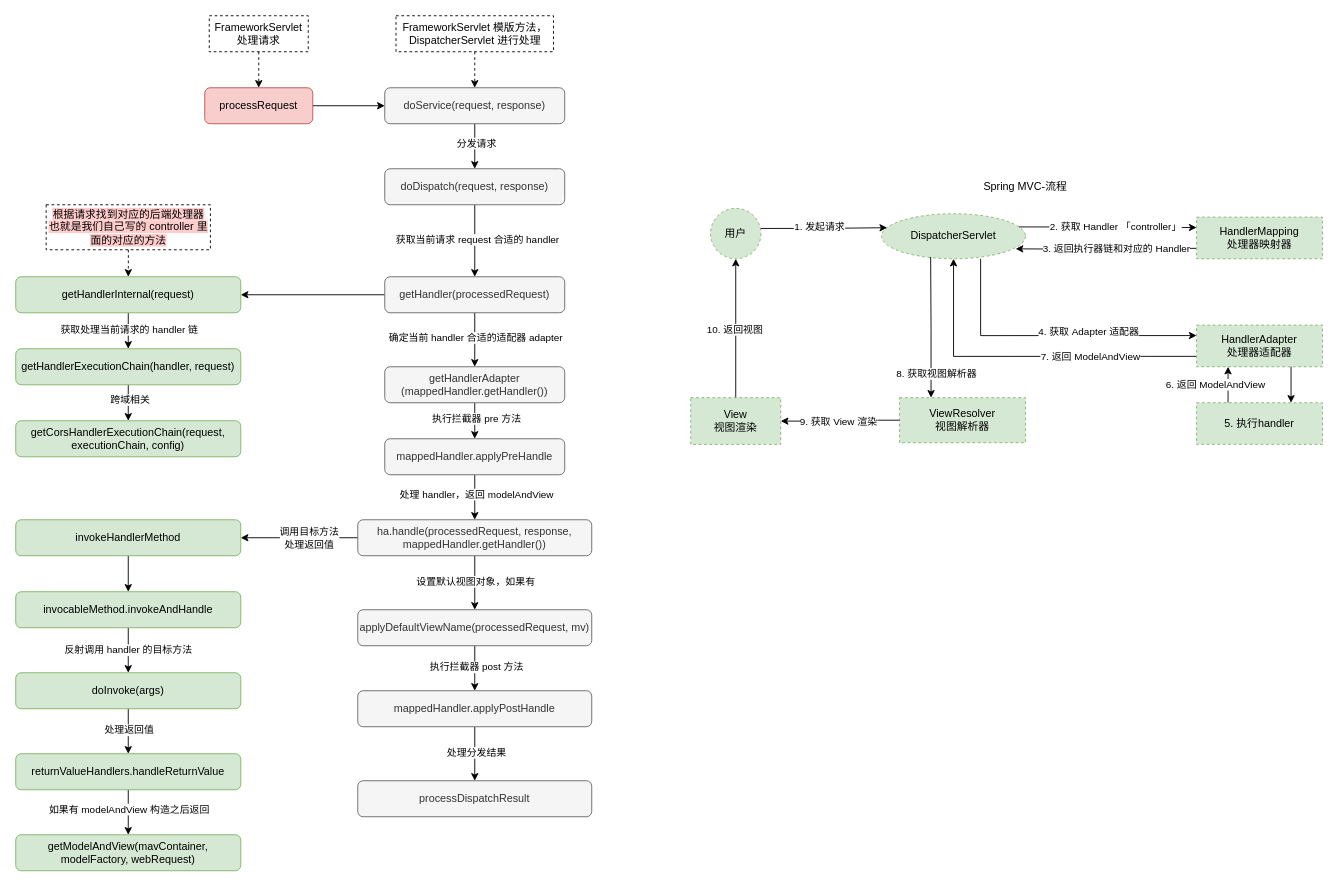
The draw.io diagram Spring/SpringMVC-source.drawio in oliverschen/draw.io, before the edit. Source tidied: cells renumbered, new cells numbered last; positions are measured from the earlier drawing's top-left corner, leaving out a move shared by most shapes. Both pictures are drawn from the tidied source at 90%, with x=0, y=0 at pixel (15, 15).
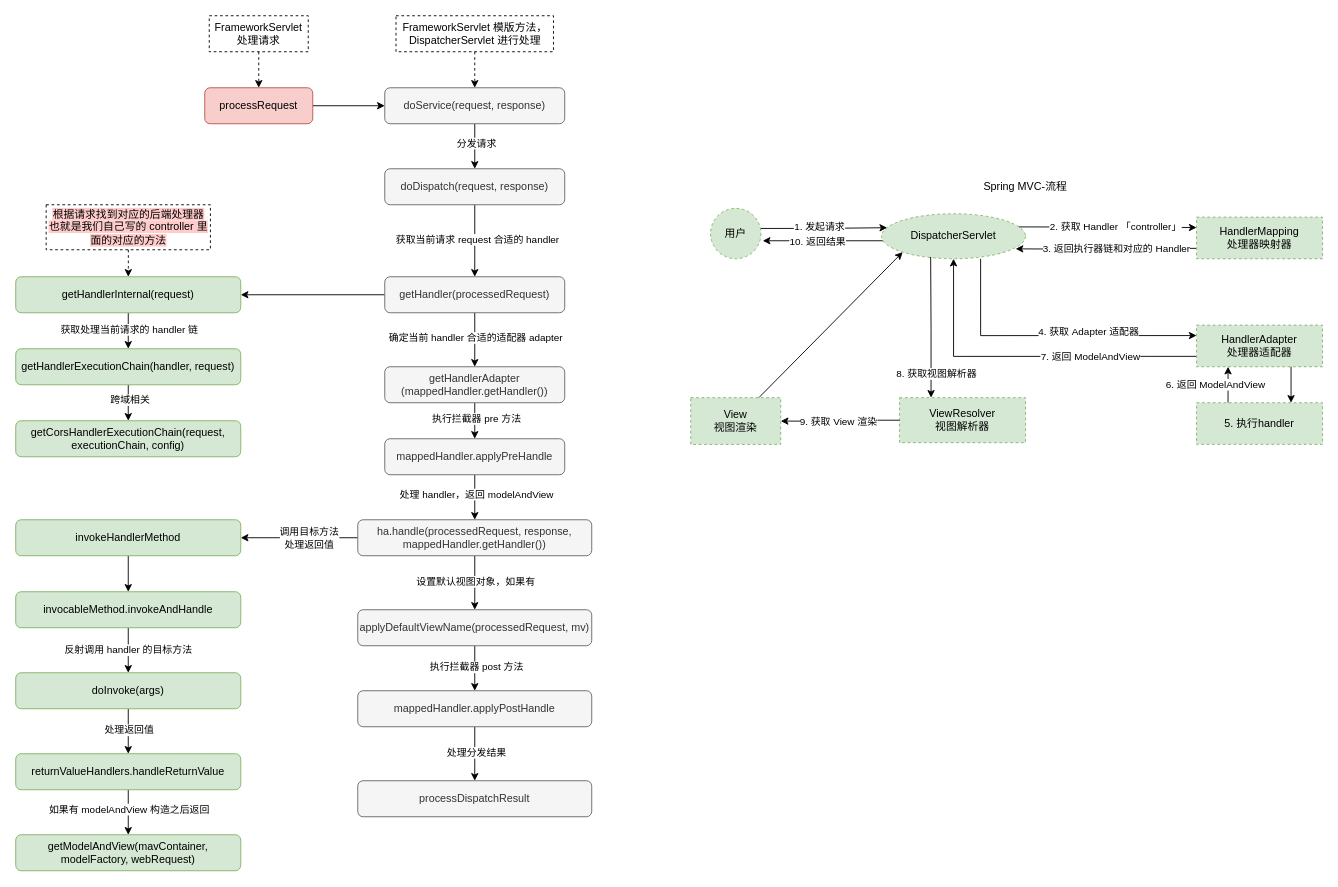
After the change.

Unchanged cells that the change refers to:
```xml
<mxCell id="56" style="group;" parent="1" vertex="1">
  <mxGeometry x="750" y="180" width="702" height="296.2" as="geometry" />
</mxCell>
<mxCell id="57" value="DispatcherServlet" style="ellipse;whiteSpace=wrap;html=1;dashed=1;strokeColor=#82b366;fillColor=#d5e8d4;" parent="56" vertex="1">
  <mxGeometry x="212" y="40" width="160" height="50" as="geometry" />
</mxCell>
<mxCell id="65" value="用户" style="ellipse;whiteSpace=wrap;html=1;dashed=1;strokeColor=#82b366;fillColor=#d5e8d4;" parent="56" vertex="1">
  <mxGeometry x="22" y="34" width="56" height="56" as="geometry" />
</mxCell>
<mxCell id="80" value="View&lt;br&gt;视图渲染" style="whiteSpace=wrap;html=1;dashed=1;strokeColor=#82b366;fillColor=#d5e8d4;" parent="56" vertex="1">
  <mxGeometry y="244.4" width="100" height="51.9" as="geometry" />
</mxCell>
```

Diff of the diagram source:
```diff
@@
+    <mxCell id="84" style="edgeStyle=none;rounded=0;orthogonalLoop=1;jettySize=auto;html=1;" parent="56" edge="1">
+      <mxGeometry relative="1" as="geometry">
+        <mxPoint x="220" y="70" as="sourcePoint" />
+        <mxPoint x="80" y="70" as="targetPoint" />
+      </mxGeometry>
+    </mxCell>
+    <mxCell id="85" value="10. 返回结果" style="edgeLabel;html=1;align=center;verticalAlign=middle;" parent="84" vertex="1">
+      <mxGeometry x="0.43" relative="1" as="geometry">
+        <mxPoint x="20" as="offset" />
+      </mxGeometry>
+    </mxCell>
@@
-    <mxCell id="78" style="edgeStyle=orthogonalEdgeStyle;rounded=0;jettySize=auto;html=1;startArrow=none;startFill=0;endArrow=classic;endFill=1;" parent="56" edge="1" source="80" target="65">
+    <mxCell id="78" style="rounded=0;jettySize=auto;html=1;startArrow=none;startFill=0;endArrow=classic;endFill=1;entryX=0;entryY=1;entryDx=0;entryDy=0;" parent="56" edge="1" source="80" target="57">
       <mxGeometry y="34" as="geometry" />
     </mxCell>
-    <mxCell id="79" value="10. 返回视图" style="edgeLabel;html=1;align=center;verticalAlign=middle;" parent="78" vertex="1">
-      <mxGeometry x="-0.02" y="2" relative="1" as="geometry" />
-    </mxCell>
```
